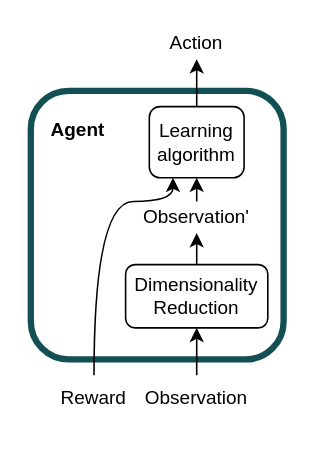
Earlier version of the draw.io diagram Thesis/imgs/rl_cycle_dim_red.drawio (Niels-vv/Safe-RL-With-DR). Source tidied: cells renumbered, new cells numbered last; positions are measured from the earlier drawing's top-left corner, leaving out a move shared by most shapes. Both pictures are drawn from the tidied source at 158%, with x=0, y=0 at pixel (30, 27).
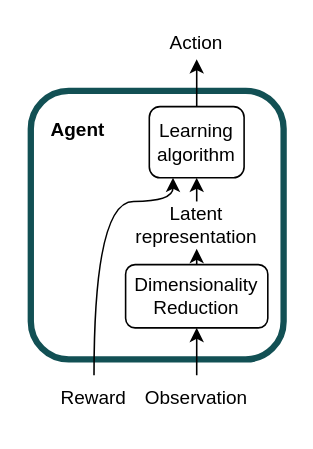
After the change.

The edit, as a diff of the source:
```diff
@@
 <mxGraphModel>
   <root>
     <mxCell id="0" />
     <mxCell id="1" parent="0" />
     <mxCell id="2" value="&lt;p style=&quot;line-height: 1.5&quot;&gt;&lt;br&gt;&lt;/p&gt;" style="text;html=1;strokeColor=#125054;fillColor=none;align=center;verticalAlign=middle;whiteSpace=wrap;rounded=1;fontSize=12;strokeWidth=4;" parent="1" vertex="1">
       <mxGeometry y="40" width="160" height="170" as="geometry" />
     </mxCell>
     <mxCell id="3" value="&lt;b&gt;Agent&lt;/b&gt;" style="text;html=1;strokeColor=none;fillColor=none;align=center;verticalAlign=middle;whiteSpace=wrap;rounded=0;fontSize=12;" parent="1" vertex="1">
       <mxGeometry y="50" width="60" height="30" as="geometry" />
     </mxCell>
     <mxCell id="4" value="&lt;div&gt;Learning&lt;/div&gt;&lt;div&gt;algorithm&lt;br&gt;&lt;/div&gt;" style="rounded=1;whiteSpace=wrap;html=1;fontSize=12;" parent="1" vertex="1">
       <mxGeometry x="75" y="50" width="60" height="45" as="geometry" />
     </mxCell>
     <mxCell id="5" value="&lt;div&gt;Dimensionality&lt;/div&gt;&lt;div&gt;Reduction&lt;br&gt;&lt;/div&gt;" style="rounded=1;whiteSpace=wrap;html=1;fontSize=12;" parent="1" vertex="1">
       <mxGeometry x="60" y="150" width="90" height="40" as="geometry" />
     </mxCell>
     <mxCell id="6" value="Observation" style="text;html=1;strokeColor=none;fillColor=none;align=center;verticalAlign=middle;whiteSpace=wrap;rounded=0;" parent="1" vertex="1">
       <mxGeometry x="75" y="220" width="60" height="30" as="geometry" />
     </mxCell>
-    <mxCell id="7" value="Observation'" style="text;html=1;strokeColor=none;fillColor=none;align=center;verticalAlign=middle;whiteSpace=wrap;rounded=0;" parent="1" vertex="1">
-      <mxGeometry x="65" y="110" width="80" height="20" as="geometry" />
+    <mxCell id="7" value="Latent representation" style="text;html=1;strokeColor=none;fillColor=none;align=center;verticalAlign=middle;whiteSpace=wrap;rounded=0;" parent="1" vertex="1">
+      <mxGeometry x="65" y="110" width="80" height="30" as="geometry" />
     </mxCell>
     <mxCell id="8" style="endArrow=classic;html=1;rounded=0;exitX=0.5;exitY=0;exitDx=0;exitDy=0;entryX=0.5;entryY=1;entryDx=0;entryDy=0;" parent="1" edge="1" source="6" target="5">
       <mxGeometry relative="1" as="geometry" />
     </mxCell>
     <mxCell id="9" value="&lt;div&gt;Reward&lt;/div&gt;" style="text;html=1;strokeColor=none;fillColor=none;align=center;verticalAlign=middle;whiteSpace=wrap;rounded=0;" parent="1" vertex="1">
       <mxGeometry x="10" y="220" width="60" height="30" as="geometry" />
     </mxCell>
     <mxCell id="10" style="curved=1;endArrow=classic;html=1;rounded=0;exitX=0.5;exitY=0;exitDx=0;exitDy=0;entryX=0.25;entryY=1;entryDx=0;entryDy=0;" parent="1" edge="1" source="9" target="4">
       <mxGeometry relative="1" as="geometry">
         <Array as="points">
           <mxPoint x="40" y="110" />
           <mxPoint x="90" y="110" />
         </Array>
       </mxGeometry>
     </mxCell>
     <mxCell id="11" style="endArrow=classic;html=1;rounded=0;exitX=0.5;exitY=0;exitDx=0;exitDy=0;entryX=0.5;entryY=1;entryDx=0;entryDy=0;" parent="1" edge="1" source="5" target="7">
       <mxGeometry relative="1" as="geometry" />
     </mxCell>
-    <mxCell id="12" style="endArrow=classic;html=1;rounded=0;exitX=0.5;exitY=0;exitDx=0;exitDy=0;entryX=0.5;entryY=1;entryDx=0;entryDy=0;" parent="1" edge="1" source="7" target="4">
+    <mxCell id="12" style="endArrow=classic;html=1;rounded=0;entryX=0.5;entryY=1;entryDx=0;entryDy=0;exitX=0.5;exitY=0;exitDx=0;exitDy=0;" parent="1" edge="1" source="7" target="4">
       <mxGeometry relative="1" as="geometry" />
     </mxCell>
     <mxCell id="13" style="endArrow=classic;html=1;rounded=0;exitX=0.5;exitY=0;exitDx=0;exitDy=0;entryX=0.5;entryY=1;entryDx=0;entryDy=0;" parent="1" edge="1" source="4" target="14">
       <mxGeometry relative="1" as="geometry" />
     </mxCell>
     <mxCell id="14" value="Action" style="text;html=1;strokeColor=none;fillColor=none;align=center;verticalAlign=middle;whiteSpace=wrap;rounded=0;" parent="1" vertex="1">
       <mxGeometry x="75" width="60" height="20" as="geometry" />
     </mxCell>
   </root>
 </mxGraphModel>
```
